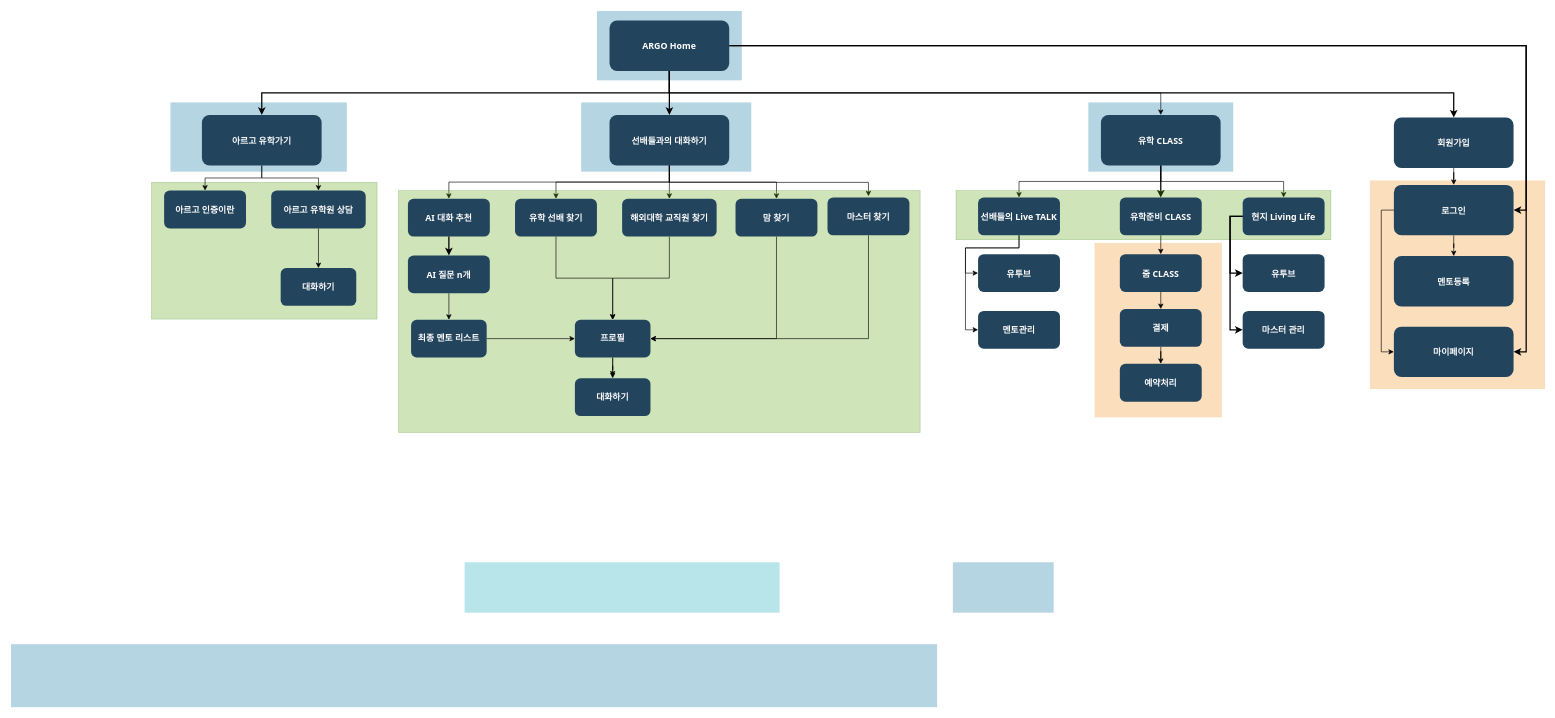
This is nonaccountacess.drawio from to9passion/testpassion, a draw.io file, before an edit. Source tidied: cells renumbered, new cells numbered last; positions are measured from the earlier drawing's top-left corner, leaving out a move shared by most shapes. Both pictures are drawn from the tidied source at 63%, with x=0, y=0 at pixel (11, 11).
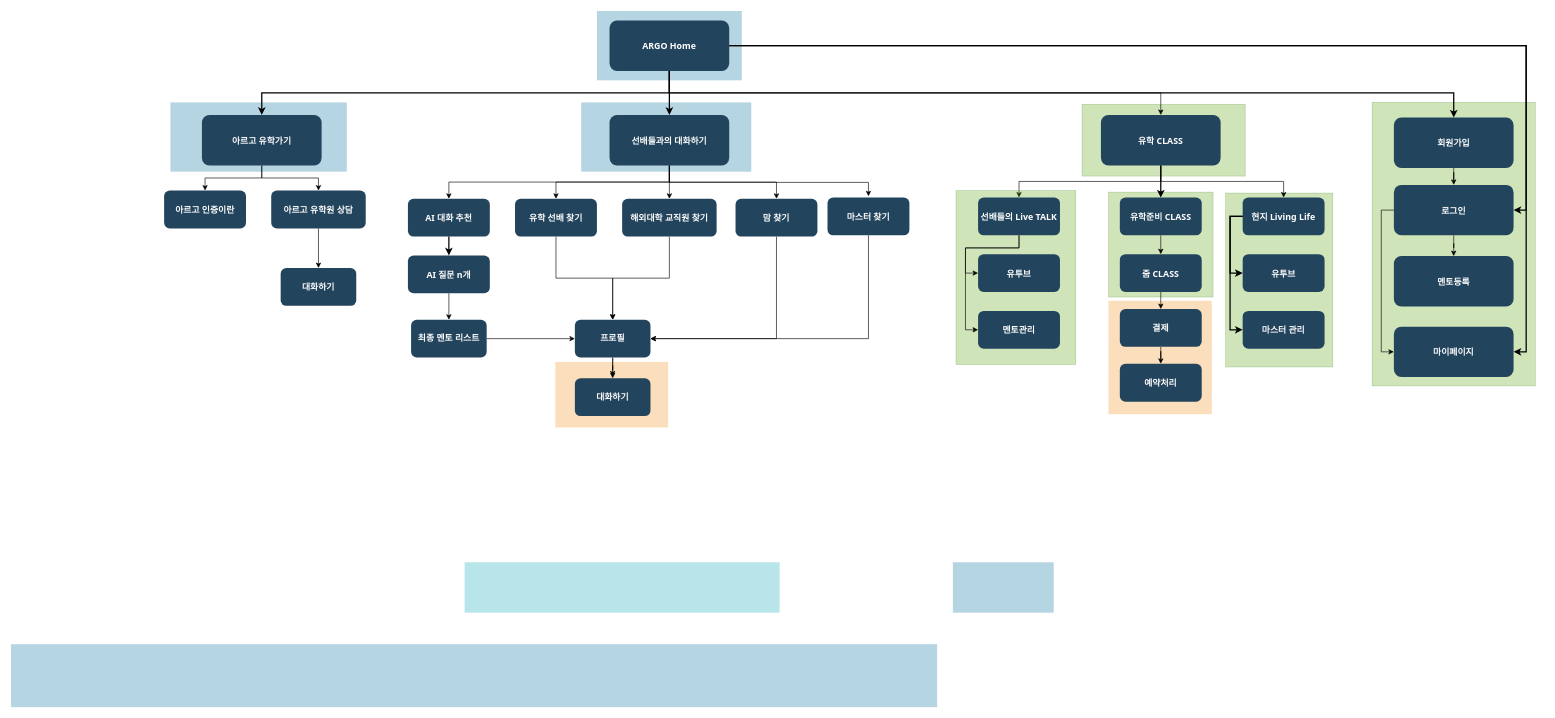
Above is the later version.

The edit, as a diff of the source:
```diff
@@
-    <mxCell id="2" style="fillColor=#10739E;strokeColor=none;opacity=30;" parent="1" vertex="1">
-      <mxGeometry x="1710" y="145" width="230" height="110" as="geometry" />
-    </mxCell>
+    <mxCell id="80" style="fillColor=#60a917;strokeColor=#2D7600;opacity=30;fontColor=#ffffff;" parent="1" vertex="1">
+      <mxGeometry x="2160.5" y="145" width="259" height="450" as="geometry" />
+    </mxCell>
+    <mxCell id="81" style="fillColor=#60a917;strokeColor=#2D7600;opacity=30;fontColor=#ffffff;" parent="1" vertex="1">
+      <mxGeometry x="1700" y="148" width="259" height="114" as="geometry" />
+    </mxCell>
+    <mxCell id="82" style="fillColor=#F2931E;strokeColor=none;opacity=30;" parent="1" vertex="1">
+      <mxGeometry x="1742" y="460" width="164" height="180" as="geometry" />
+    </mxCell>
+    <mxCell id="83" style="fillColor=#60a917;strokeColor=#2D7600;opacity=30;fontColor=#ffffff;" parent="1" vertex="1">
+      <mxGeometry x="1742" y="287.5" width="166" height="166.5" as="geometry" />
+    </mxCell>
+    <mxCell id="84" style="fillColor=#60a917;strokeColor=#2D7600;opacity=30;fontColor=#ffffff;" parent="1" vertex="1">
+      <mxGeometry x="1928" y="289" width="170" height="276" as="geometry" />
+    </mxCell>
@@
-    <mxCell id="7" style="fillColor=#F2931E;strokeColor=none;opacity=30;" parent="1" vertex="1">
-      <mxGeometry x="2157" y="269" width="278" height="331" as="geometry" />
-    </mxCell>
-    <mxCell id="8" style="fillColor=#60a917;strokeColor=#2D7600;opacity=30;fontColor=#ffffff;" parent="1" vertex="1">
-      <mxGeometry x="223" y="272" width="358" height="217" as="geometry" />
-    </mxCell>
@@
     <mxCell id="42" style="fillColor=#60a917;strokeColor=#2D7600;opacity=30;fontColor=#ffffff;" parent="1" vertex="1">
-      <mxGeometry x="1500" y="285" width="595" height="78" as="geometry" />
+      <mxGeometry x="1500" y="285" width="190" height="276" as="geometry" />
     </mxCell>
     <mxCell id="43" style="fillColor=#F2931E;strokeColor=none;opacity=30;" parent="1" vertex="1">
-      <mxGeometry x="1720" y="368" width="202" height="277" as="geometry" />
+      <mxGeometry x="864" y="557" width="179" height="104" as="geometry" />
     </mxCell>
@@
-    <mxCell id="61" style="fillColor=#60a917;strokeColor=#2D7600;opacity=30;fontColor=#ffffff;" parent="1" vertex="1">
-      <mxGeometry x="615" y="285" width="828" height="384" as="geometry" />
-    </mxCell>
```
